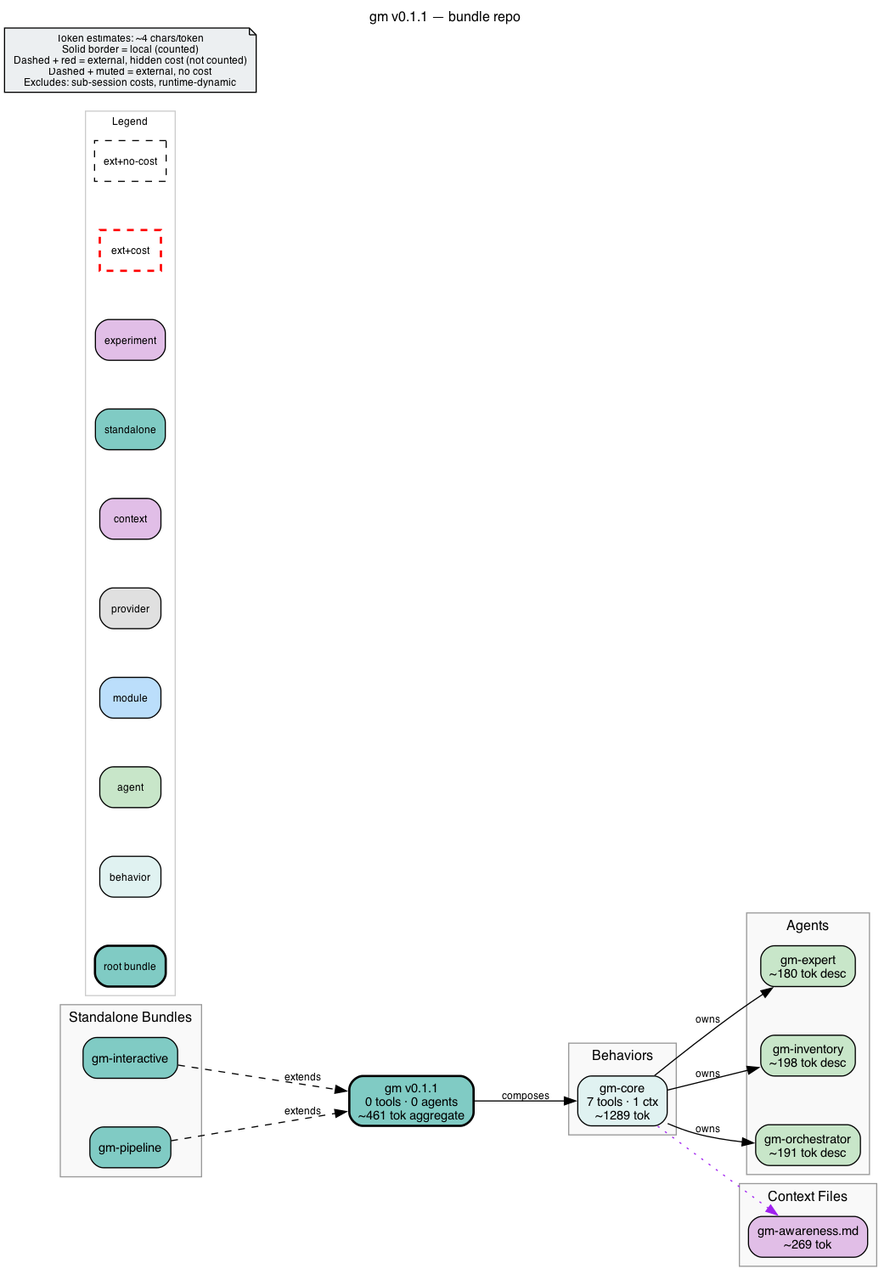
This is bundle.png from michaeljabbour/amplifier-bundle-genemigration, a Graphviz export, as it was before one commit. Its source is kept beside it as bundle.dot.
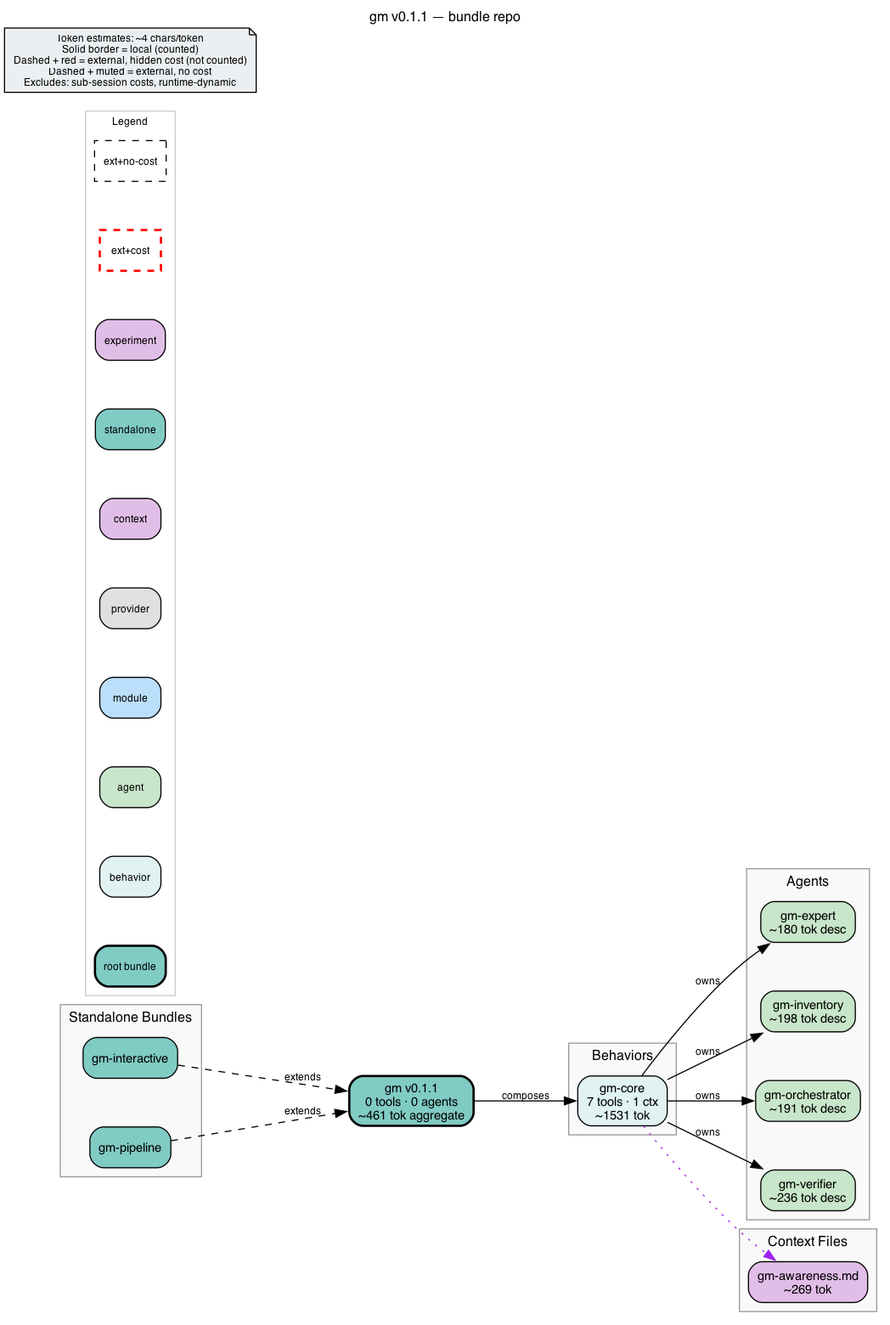
Later version of the same file.

Change to the diagram source:
```diff
@@ -8,7 +8,7 @@
     nodesep=0.6
     ranksep=0.7
     bgcolor="white"
-    source_hash="336a1b3feedbb727d8585da81ce818eccd7e01a5e03d2670f15b2dcfe0630792"
+    source_hash="1a14c56a018163d96a1e58a63b3e9679892c05fbdd341b74a4cb58bc52112ba7"
 
     node [fontname="Helvetica", fontsize=11, style="filled,rounded"]
     edge [fontname="Helvetica", fontsize=9]
@@ -21,7 +21,7 @@
         fillcolor="#f9f9f9"
         color="#999999"
 
-        beh_gm_core [label="gm-core\n7 tools · 1 ctx\n~1289 tok", shape=box, fillcolor="#e0f2f1", style="filled,rounded"]
+        beh_gm_core [label="gm-core\n7 tools · 1 ctx\n~1531 tok", shape=box, fillcolor="#e0f2f1", style="filled,rounded"]
     }
 
     subgraph cluster_standalones {
@@ -43,6 +43,7 @@
         agt_gm_expert [label="gm-expert\n~180 tok desc", shape=box, fillcolor="#c8e6c9", style="filled,rounded"]
         agt_gm_inventory [label="gm-inventory\n~198 tok desc", shape=box, fillcolor="#c8e6c9", style="filled,rounded"]
         agt_gm_orchestrator [label="gm-orchestrator\n~191 tok desc", shape=box, fillcolor="#c8e6c9", style="filled,rounded"]
+        agt_gm_verifier [label="gm-verifier\n~236 tok desc", shape=box, fillcolor="#c8e6c9", style="filled,rounded"]
     }
 
     subgraph cluster_context {
@@ -79,6 +80,7 @@
     root_gm -> beh_gm_core [label="composes"]
     beh_gm_core -> agt_gm_inventory [label="owns"]
     beh_gm_core -> agt_gm_orchestrator [label="owns"]
+    beh_gm_core -> agt_gm_verifier [label="owns"]
     beh_gm_core -> agt_gm_expert [label="owns"]
     beh_gm_core -> ctx_gm_awareness_md [style=dotted, color=purple]
     sta_gm_interactive -> root_gm [label="extends", style=dashed]
```
